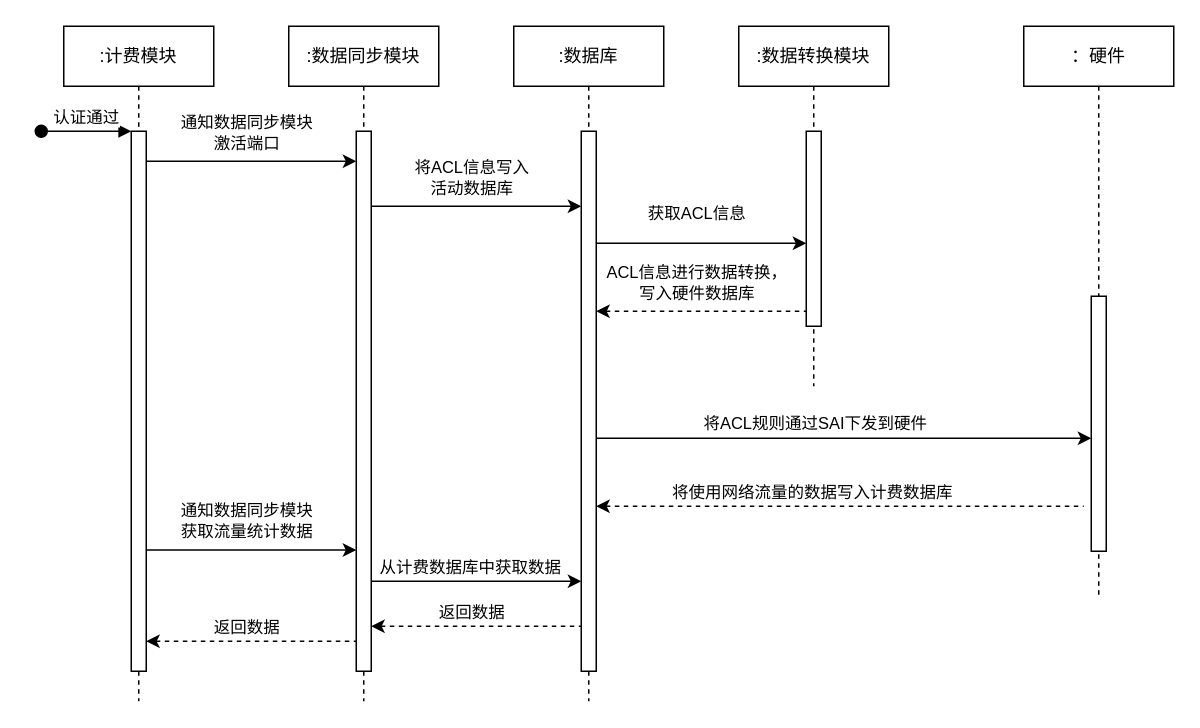
The draw.io diagram 流量计费的时序图.drawio in PATORITU/PATORITU, before the edit. Source tidied: cells renumbered, new cells numbered last; positions are measured from the earlier drawing's top-left corner, leaving out a move shared by most shapes. Both pictures are drawn from the tidied source at 150%, with x=0, y=0 at pixel (40, 26).
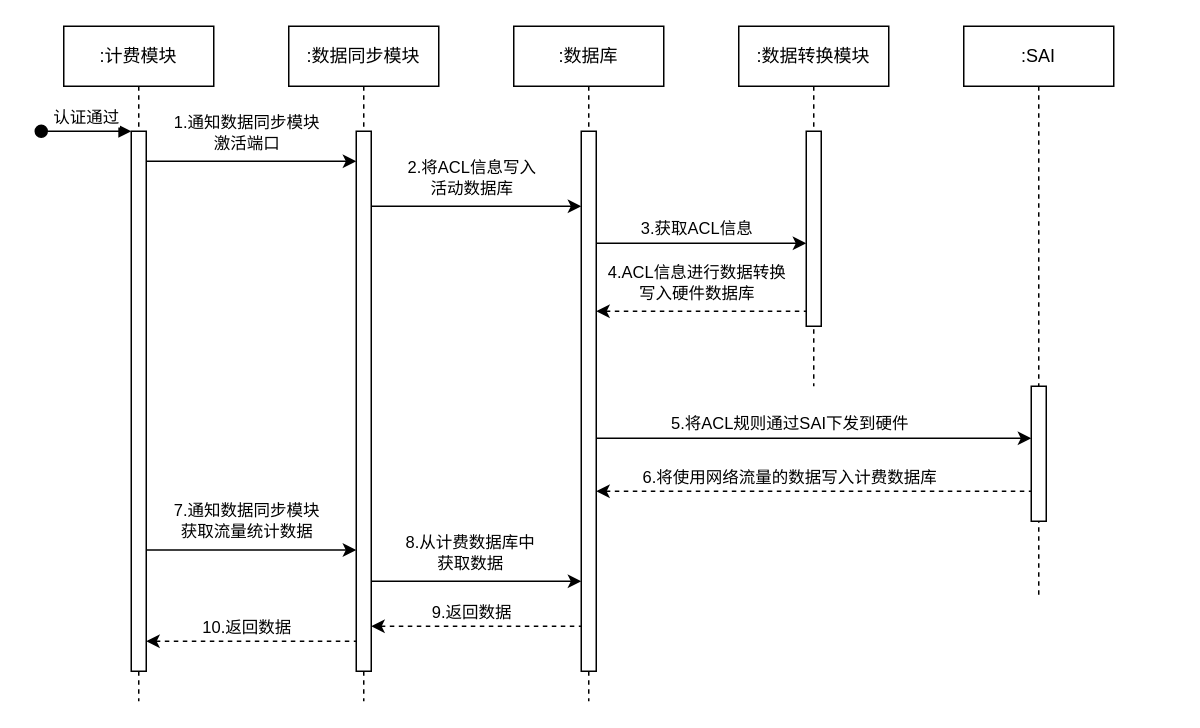
The same diagram, later.

Commit message (it also covers changes not shown here):
更新流量计费的时序图.drawio

Unchanged cells that the change refers to:
```xml
<mxCell id="8" style="html=1;points=[];perimeter=orthogonalPerimeter;outlineConnect=0;targetShapes=umlLifeline;portConstraint=eastwest;newEdgeStyle={&quot;edgeStyle&quot;:&quot;elbowEdgeStyle&quot;,&quot;elbow&quot;:&quot;vertical&quot;,&quot;curved&quot;:0,&quot;rounded&quot;:0};" parent="7" vertex="1">
  <mxGeometry x="45" y="70" width="10" height="360" as="geometry" />
</mxCell>
<mxCell id="13" style="endArrow=classic;html=1;rounded=0;" parent="1" edge="1">
  <mxGeometry relative="1" as="geometry">
    <mxPoint x="70" y="90" as="sourcePoint" />
    <mxPoint x="210" y="90" as="targetPoint" />
  </mxGeometry>
</mxCell>
<mxCell id="15" style="endArrow=classic;html=1;rounded=0;" parent="1" edge="1">
  <mxGeometry relative="1" as="geometry">
    <mxPoint x="220" y="120" as="sourcePoint" />
    <mxPoint x="360" y="120" as="targetPoint" />
  </mxGeometry>
</mxCell>
<mxCell id="17" style="endArrow=none;html=1;rounded=0;endFill=0;startArrow=classic;startFill=1;dashed=1;" parent="1" edge="1">
  <mxGeometry relative="1" as="geometry">
    <mxPoint x="370" y="190" as="sourcePoint" />
    <mxPoint x="510" y="190" as="targetPoint" />
  </mxGeometry>
</mxCell>
<mxCell id="19" style="endArrow=classic;html=1;rounded=0;" parent="1" edge="1">
  <mxGeometry relative="1" as="geometry">
    <mxPoint x="370" y="144.7" as="sourcePoint" />
    <mxPoint x="510" y="144.7" as="targetPoint" />
  </mxGeometry>
</mxCell>
<mxCell id="21" style="endArrow=classic;html=1;rounded=0;" parent="1" edge="1" target="12">
  <mxGeometry relative="1" as="geometry">
    <mxPoint x="370" y="274.7" as="sourcePoint" />
  </mxGeometry>
</mxCell>
<mxCell id="25" style="endArrow=classic;html=1;rounded=0;" parent="1" edge="1">
  <mxGeometry relative="1" as="geometry">
    <mxPoint x="70" y="349.2" as="sourcePoint" />
    <mxPoint x="210" y="349.2" as="targetPoint" />
  </mxGeometry>
</mxCell>
<mxCell id="27" style="endArrow=classic;html=1;rounded=0;" parent="1" edge="1">
  <mxGeometry relative="1" as="geometry">
    <mxPoint x="220" y="370" as="sourcePoint" />
    <mxPoint x="360" y="370" as="targetPoint" />
  </mxGeometry>
</mxCell>
<mxCell id="29" style="endArrow=none;html=1;rounded=0;endFill=0;startArrow=classic;startFill=1;dashed=1;" parent="1" edge="1">
  <mxGeometry relative="1" as="geometry">
    <mxPoint x="220" y="400" as="sourcePoint" />
    <mxPoint x="360" y="400" as="targetPoint" />
  </mxGeometry>
</mxCell>
<mxCell id="31" style="endArrow=none;html=1;rounded=0;endFill=0;startArrow=classic;startFill=1;dashed=1;" parent="1" edge="1">
  <mxGeometry relative="1" as="geometry">
    <mxPoint x="70" y="410" as="sourcePoint" />
    <mxPoint x="210" y="410" as="targetPoint" />
  </mxGeometry>
</mxCell>
```

The edit, as a diff of the source:
```diff
@@
-    <mxCell id="11" value="：硬件" style="shape=umlLifeline;perimeter=lifelinePerimeter;whiteSpace=wrap;html=1;newEdgeStyle={&quot;edgeStyle&quot;:&quot;elbowEdgeStyle&quot;,&quot;elbow&quot;:&quot;vertical&quot;,&quot;curved&quot;:0,&quot;rounded&quot;:0};" parent="1" vertex="1">
-      <mxGeometry x="655" width="100" height="380" as="geometry" />
+    <mxCell id="11" value=":SAI" style="shape=umlLifeline;perimeter=lifelinePerimeter;whiteSpace=wrap;html=1;newEdgeStyle={&quot;edgeStyle&quot;:&quot;elbowEdgeStyle&quot;,&quot;elbow&quot;:&quot;vertical&quot;,&quot;curved&quot;:0,&quot;rounded&quot;:0};" parent="1" vertex="1">
+      <mxGeometry x="615" width="100" height="380" as="geometry" />
     </mxCell>
     <mxCell id="12" style="html=1;points=[];perimeter=orthogonalPerimeter;outlineConnect=0;targetShapes=umlLifeline;portConstraint=eastwest;newEdgeStyle={&quot;edgeStyle&quot;:&quot;elbowEdgeStyle&quot;,&quot;elbow&quot;:&quot;vertical&quot;,&quot;curved&quot;:0,&quot;rounded&quot;:0};" parent="11" vertex="1">
-      <mxGeometry x="45" y="180" width="10" height="170" as="geometry" />
+      <mxGeometry x="45" y="240" width="10" height="90" as="geometry" />
     </mxCell>
@@
-    <mxCell id="14" value="通知数据同步模块&lt;br&gt;激活端口" style="edgeLabel;html=1;align=center;verticalAlign=middle;" parent="13" vertex="1">
+    <mxCell id="14" value="1.通知数据同步模块&lt;br&gt;激活端口" style="edgeLabel;html=1;align=center;verticalAlign=middle;" parent="13" vertex="1">
       <mxGeometry x="-0.15" relative="1" as="geometry">
         <mxPoint x="6" y="-20" as="offset" />
       </mxGeometry>
     </mxCell>
@@
-    <mxCell id="16" value="将ACL信息写入&lt;br&gt;活动数据库" style="edgeLabel;html=1;align=center;verticalAlign=middle;" parent="15" vertex="1">
+    <mxCell id="16" value="2.将ACL信息写入&lt;br&gt;活动数据库" style="edgeLabel;html=1;align=center;verticalAlign=middle;" parent="15" vertex="1">
       <mxGeometry x="-0.15" relative="1" as="geometry">
         <mxPoint x="6" y="-20" as="offset" />
       </mxGeometry>
     </mxCell>
@@
-    <mxCell id="18" value="ACL信息进行数据转换，&lt;br&gt;写入硬件数据库" style="edgeLabel;html=1;align=center;verticalAlign=middle;" parent="17" vertex="1">
+    <mxCell id="18" value="4.ACL信息进行数据转换&lt;br&gt;写入硬件数据库" style="edgeLabel;html=1;align=center;verticalAlign=middle;" parent="17" vertex="1">
       <mxGeometry x="-0.15" relative="1" as="geometry">
         <mxPoint x="6" y="-20" as="offset" />
       </mxGeometry>
     </mxCell>
@@
-    <mxCell id="20" value="获取ACL信息" style="edgeLabel;html=1;align=center;verticalAlign=middle;" parent="19" vertex="1">
+    <mxCell id="20" value="3.获取ACL信息" style="edgeLabel;html=1;align=center;verticalAlign=middle;" parent="19" vertex="1">
       <mxGeometry x="-0.15" relative="1" as="geometry">
-        <mxPoint x="6" y="-20" as="offset" />
+        <mxPoint x="6" y="-10" as="offset" />
       </mxGeometry>
     </mxCell>
@@
-    <mxCell id="22" value="将ACL规则通过SAI下发到硬件" style="edgeLabel;html=1;align=center;verticalAlign=middle;" parent="21" vertex="1">
+    <mxCell id="22" value="5.将ACL规则通过SAI下发到硬件" style="edgeLabel;html=1;align=center;verticalAlign=middle;" parent="21" vertex="1">
       <mxGeometry x="-0.15" relative="1" as="geometry">
         <mxPoint x="5" y="-10" as="offset" />
       </mxGeometry>
     </mxCell>
-    <mxCell id="23" style="endArrow=none;html=1;rounded=0;endFill=0;startArrow=classic;startFill=1;dashed=1;" parent="1" edge="1" source="8">
+    <mxCell id="23" style="endArrow=none;html=1;rounded=0;endFill=0;startArrow=classic;startFill=1;dashed=1;" parent="1" edge="1">
       <mxGeometry relative="1" as="geometry">
-        <mxPoint x="695" y="320" as="targetPoint" />
+        <mxPoint x="370" y="310" as="sourcePoint" />
+        <mxPoint x="660" y="310" as="targetPoint" />
       </mxGeometry>
     </mxCell>
-    <mxCell id="24" value="将使用网络流量的数据写入计费数据库" style="edgeLabel;html=1;align=center;verticalAlign=middle;" parent="23" vertex="1">
+    <mxCell id="24" value="6.将使用网络流量的数据写入计费数据库" style="edgeLabel;html=1;align=center;verticalAlign=middle;" parent="23" vertex="1">
       <mxGeometry x="-0.15" relative="1" as="geometry">
         <mxPoint x="5" y="-10" as="offset" />
       </mxGeometry>
     </mxCell>
@@
-    <mxCell id="26" value="通知数据同步模块&lt;br&gt;获取流量统计数据" style="edgeLabel;html=1;align=center;verticalAlign=middle;" parent="25" vertex="1">
+    <mxCell id="26" value="7.通知数据同步模块&lt;br&gt;获取流量统计数据" style="edgeLabel;html=1;align=center;verticalAlign=middle;" parent="25" vertex="1">
       <mxGeometry x="-0.15" relative="1" as="geometry">
         <mxPoint x="6" y="-20" as="offset" />
       </mxGeometry>
     </mxCell>
@@
-    <mxCell id="28" value="从计费数据库中获取数据" style="edgeLabel;html=1;align=center;verticalAlign=middle;" parent="27" vertex="1">
+    <mxCell id="28" value="8.从计费数据库中&lt;br&gt;获取数据" style="edgeLabel;html=1;align=center;verticalAlign=middle;" parent="27" vertex="1">
       <mxGeometry x="-0.15" relative="1" as="geometry">
-        <mxPoint x="5" y="-10" as="offset" />
+        <mxPoint x="5" y="-20" as="offset" />
       </mxGeometry>
     </mxCell>
@@
-    <mxCell id="30" value="返回数据" style="edgeLabel;html=1;align=center;verticalAlign=middle;" parent="29" vertex="1">
+    <mxCell id="30" value="9.返回数据" style="edgeLabel;html=1;align=center;verticalAlign=middle;" parent="29" vertex="1">
       <mxGeometry x="-0.15" relative="1" as="geometry">
         <mxPoint x="6" y="-10" as="offset" />
       </mxGeometry>
     </mxCell>
@@
-    <mxCell id="32" value="返回数据" style="edgeLabel;html=1;align=center;verticalAlign=middle;" parent="31" vertex="1">
+    <mxCell id="32" value="10.返回数据" style="edgeLabel;html=1;align=center;verticalAlign=middle;" parent="31" vertex="1">
       <mxGeometry x="-0.15" relative="1" as="geometry">
         <mxPoint x="6" y="-10" as="offset" />
       </mxGeometry>
     </mxCell>
```
